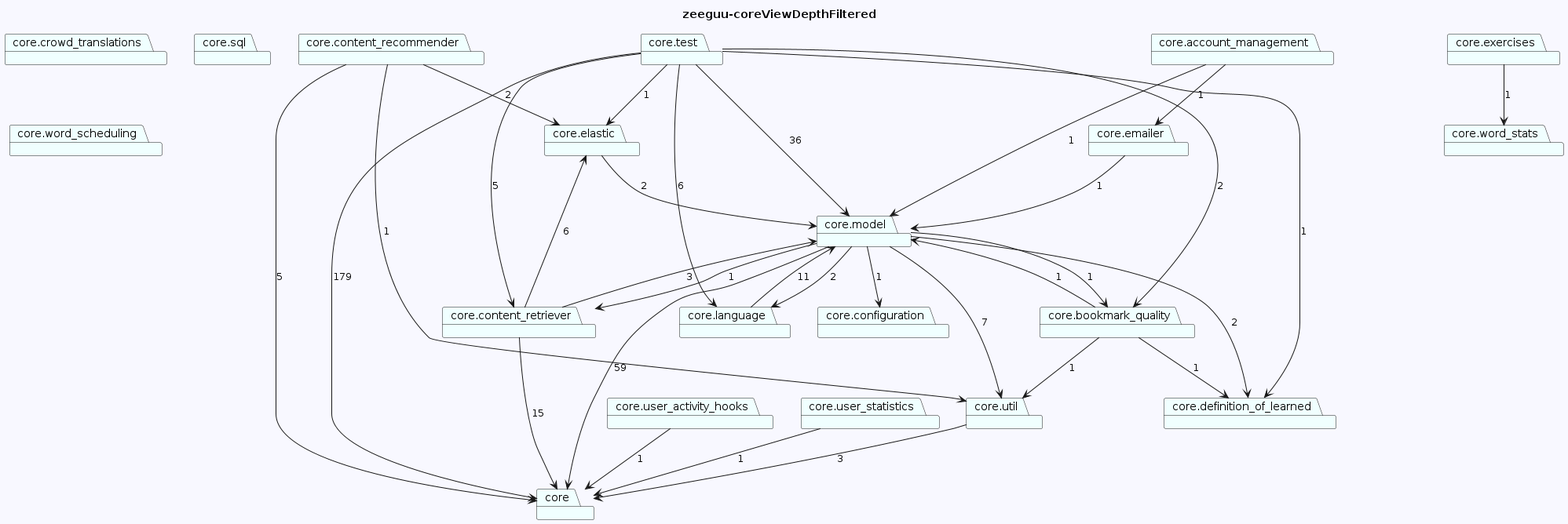
The PlantUML diagram .github/readme/zeeguu-coreViewDepthFiltered.png in archlens/ArchLens, before a commit. Its diagram source:
```plantuml
@startuml
skinparam backgroundColor GhostWhite
title zeeguu-coreViewDepthFiltered
package "core"#Azure
package "core.account_management"#Azure
package "core.bookmark_quality"#Azure
package "core.configuration"#Azure
package "core.content_recommender"#Azure
package "core.content_retriever"#Azure
package "core.crowd_translations"#Azure
package "core.definition_of_learned"#Azure
package "core.elastic"#Azure
package "core.emailer"#Azure
package "core.exercises"#Azure
package "core.language"#Azure
package "core.model"#Azure
package "core.sql"#Azure
package "core.test"#Azure
package "core.user_activity_hooks"#Azure
package "core.user_statistics"#Azure
package "core.util"#Azure
package "core.word_scheduling"#Azure
package "core.word_stats"#Azure
"core.account_management"-->"core.emailer": 1
"core.account_management"-->"core.model": 1
"core.bookmark_quality"-->"core.util": 1
"core.bookmark_quality"-->"core.definition_of_learned": 1
"core.bookmark_quality"-->"core.model": 1
"core.content_recommender"-->"core.util": 1
"core.content_recommender"-->"core": 5
"core.content_recommender"-->"core.elastic": 2
"core.content_retriever"-->"core.model": 3
"core.content_retriever"-->"core": 15
"core.content_retriever"-->"core.elastic": 6
"core.elastic"-->"core.model": 2
"core.emailer"-->"core.model": 1
"core.exercises"-->"core.word_stats": 1
"core.language"-->"core.model": 11
"core.model"-->"core.definition_of_learned": 2
"core.model"-->"core.configuration": 1
"core.model"-->"core": 59
"core.model"-->"core.bookmark_quality": 1
"core.model"-->"core.language": 2
"core.model"-->"core.content_retriever": 1
"core.model"-->"core.util": 7
"core.test"-->"core.definition_of_learned": 1
"core.test"-->"core": 179
"core.test"-->"core.bookmark_quality": 2
"core.test"-->"core.elastic": 1
"core.test"-->"core.language": 6
"core.test"-->"core.content_retriever": 5
"core.test"-->"core.model": 36
"core.user_activity_hooks"-->"core": 1
"core.user_statistics"-->"core": 1
"core.util"-->"core": 3
@enduml
```
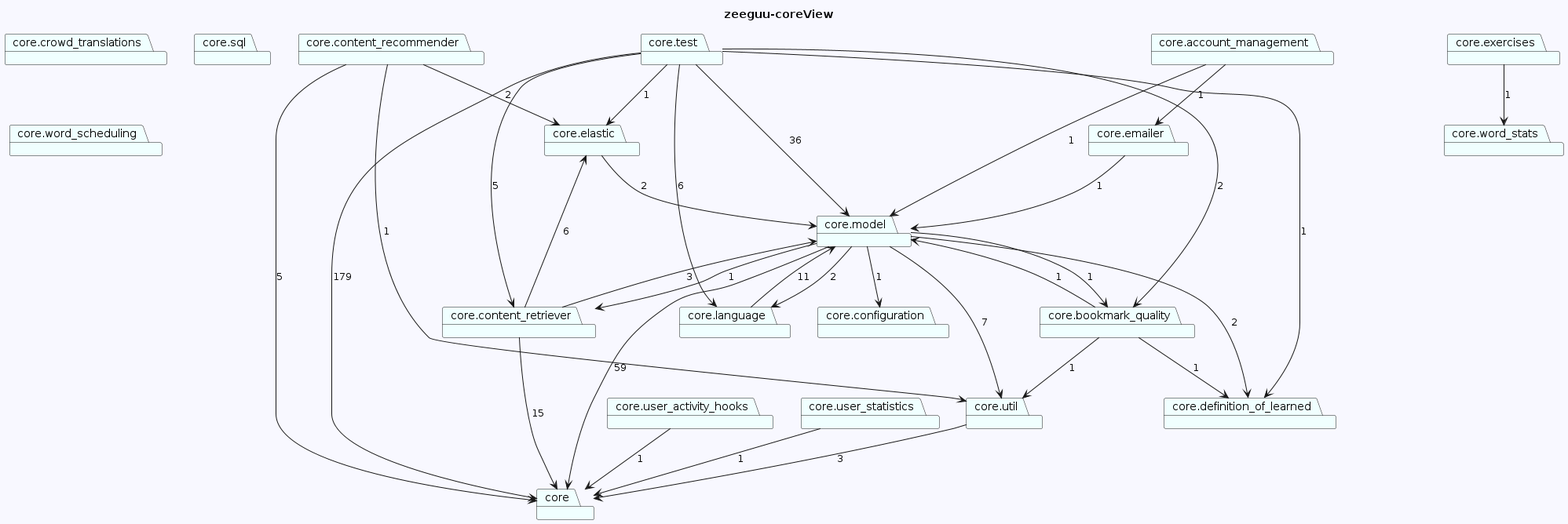
The same diagram one commit later.

Diff of the diagram source:
```diff
@@ -1,6 +1,6 @@
 @startuml
 skinparam backgroundColor GhostWhite
-title zeeguu-coreViewDepthFiltered
+title zeeguu-coreView
 package "core"#Azure
 package "core.account_management"#Azure
 package "core.bookmark_quality"#Azure
@@ -21,35 +21,35 @@
 package "core.util"#Azure
 package "core.word_scheduling"#Azure
 package "core.word_stats"#Azure
+"core.account_management"-->"core.model": 1
 "core.account_management"-->"core.emailer": 1
-"core.account_management"-->"core.model": 1
 "core.bookmark_quality"-->"core.util": 1
+"core.bookmark_quality"-->"core.model": 1
 "core.bookmark_quality"-->"core.definition_of_learned": 1
-"core.bookmark_quality"-->"core.model": 1
-"core.content_recommender"-->"core.util": 1
 "core.content_recommender"-->"core": 5
 "core.content_recommender"-->"core.elastic": 2
+"core.content_recommender"-->"core.util": 1
+"core.content_retriever"-->"core": 15
 "core.content_retriever"-->"core.model": 3
-"core.content_retriever"-->"core": 15
 "core.content_retriever"-->"core.elastic": 6
 "core.elastic"-->"core.model": 2
 "core.emailer"-->"core.model": 1
 "core.exercises"-->"core.word_stats": 1
 "core.language"-->"core.model": 11
+"core.model"-->"core.language": 2
+"core.model"-->"core.util": 7
+"core.model"-->"core": 59
 "core.model"-->"core.definition_of_learned": 2
+"core.model"-->"core.bookmark_quality": 1
+"core.model"-->"core.content_retriever": 1
 "core.model"-->"core.configuration": 1
-"core.model"-->"core": 59
-"core.model"-->"core.bookmark_quality": 1
-"core.model"-->"core.language": 2
-"core.model"-->"core.content_retriever": 1
-"core.model"-->"core.util": 7
+"core.test"-->"core.elastic": 1
+"core.test"-->"core.model": 36
+"core.test"-->"core.language": 6
+"core.test"-->"core": 179
 "core.test"-->"core.definition_of_learned": 1
-"core.test"-->"core": 179
 "core.test"-->"core.bookmark_quality": 2
-"core.test"-->"core.elastic": 1
-"core.test"-->"core.language": 6
 "core.test"-->"core.content_retriever": 5
-"core.test"-->"core.model": 36
 "core.user_activity_hooks"-->"core": 1
 "core.user_statistics"-->"core": 1
 "core.util"-->"core": 3
```
